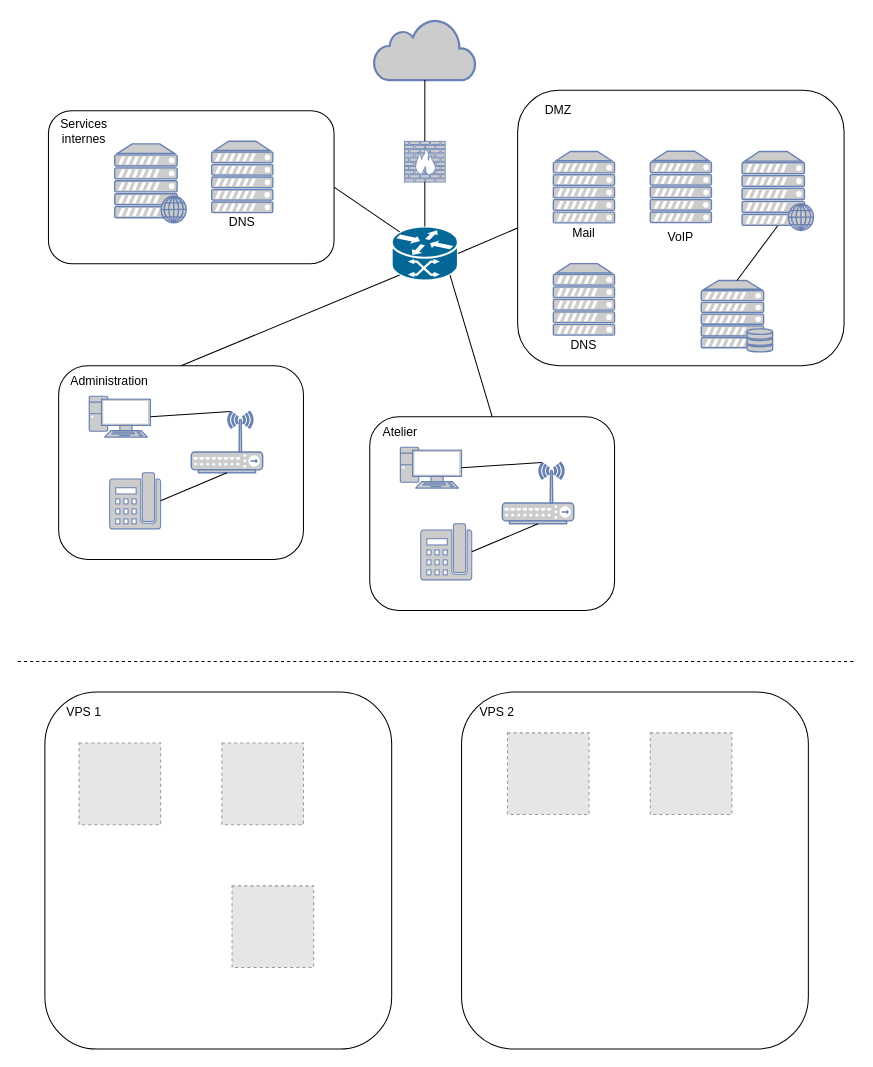
This is schemas.drawio from flosalpietro/adminSys, a draw.io file, before an edit. Source tidied: cells renumbered, new cells numbered last; positions are measured from the earlier drawing's top-left corner, leaving out a move shared by most shapes. Both pictures are drawn from the tidied source at 102%, with x=0, y=0 at pixel (17, 18). Pictures stored in the file or linked from it are replaced by grey dashed boxes.
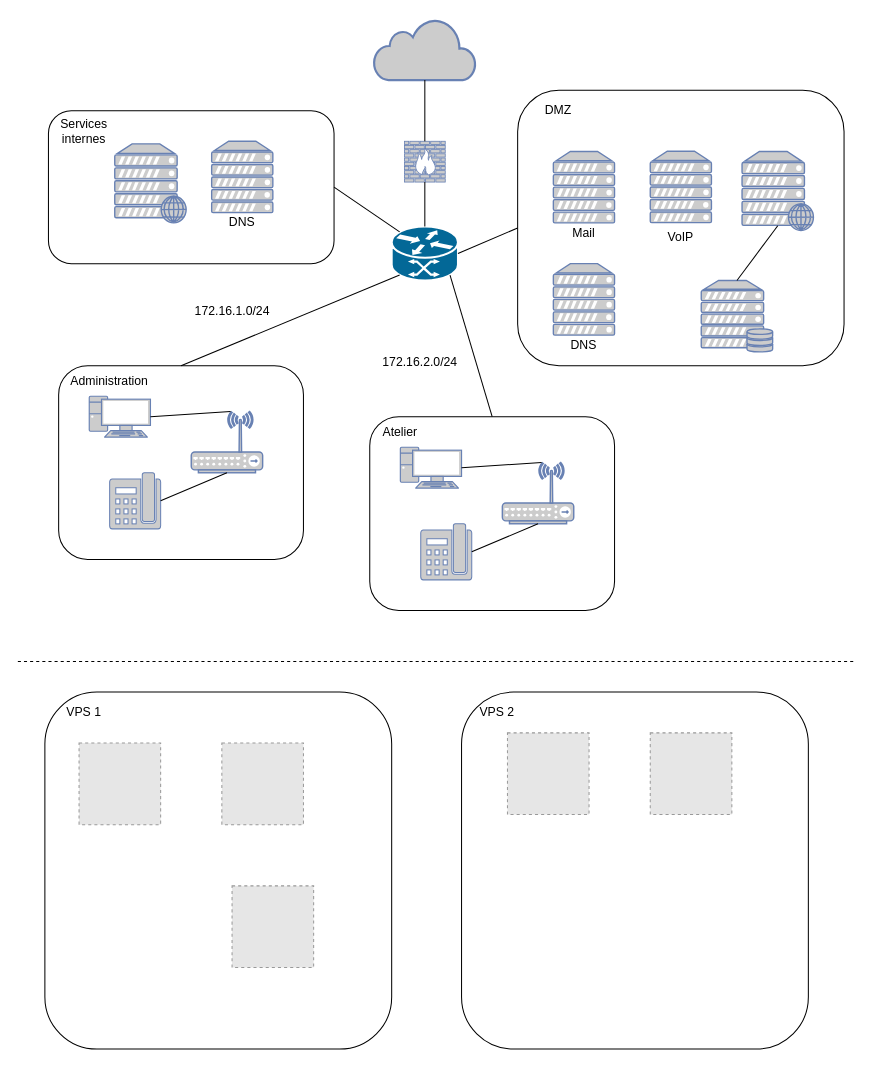
Above is the later version.

Commit message (it also covers changes not shown here):
maj shcema

The edit, as a diff of the source:
```diff
@@
+    <mxCell id="51" value="172.16.1.0/24" style="text;html=1;align=center;verticalAlign=middle;" parent="1" vertex="1">
+      <mxGeometry x="165" y="277" width="90" height="20" as="geometry" />
+    </mxCell>
+    <mxCell id="52" value="172.16.2.0/24" style="text;html=1;align=center;verticalAlign=middle;" parent="1" vertex="1">
+      <mxGeometry x="349" y="326.5" width="90" height="20" as="geometry" />
+    </mxCell>
```
